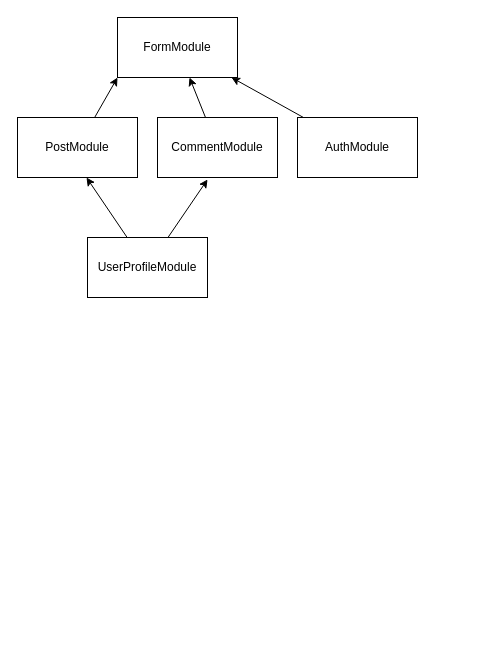
Above: src/docs/README.drawio in mrojasb2000/nestjs-task-management (draw.io), before the change. Source tidied: cells renumbered, new cells numbered last; positions are measured from the earlier drawing's top-left corner, leaving out a move shared by most shapes. Both pictures are drawn from the tidied source at 100%, with x=0, y=0 at pixel (17, 17).
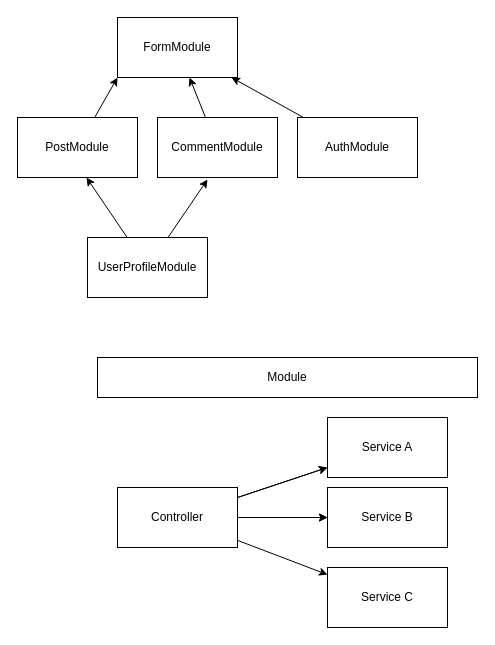
The same page after the edit.

Commit message (it also covers changes not shown here):
Added tasks controller and service

Diff of the diagram source:
```diff
@@
+    <mxCell id="12" value="Module" style="whiteSpace=wrap;html=1;" parent="1" vertex="1">
+      <mxGeometry x="80" y="340" width="380" height="40" as="geometry" />
+    </mxCell>
+    <mxCell id="13" style="edgeStyle=none;html=1;" parent="1" edge="1" source="18" target="19">
+      <mxGeometry relative="1" as="geometry" />
+    </mxCell>
+    <mxCell id="14" style="edgeStyle=none;html=1;" parent="1" edge="1" source="18" target="19">
+      <mxGeometry relative="1" as="geometry" />
+    </mxCell>
+    <mxCell id="15" style="edgeStyle=none;html=1;" parent="1" edge="1" source="18" target="20">
+      <mxGeometry relative="1" as="geometry" />
+    </mxCell>
+    <mxCell id="16" style="edgeStyle=none;html=1;" parent="1" edge="1" source="18" target="20">
+      <mxGeometry relative="1" as="geometry" />
+    </mxCell>
+    <mxCell id="17" style="edgeStyle=none;html=1;" parent="1" edge="1" source="18" target="21">
+      <mxGeometry relative="1" as="geometry" />
+    </mxCell>
+    <mxCell id="18" value="Controller" style="whiteSpace=wrap;html=1;" parent="1" vertex="1">
+      <mxGeometry x="100" y="470" width="120" height="60" as="geometry" />
+    </mxCell>
+    <mxCell id="19" value="Service A" style="whiteSpace=wrap;html=1;" parent="1" vertex="1">
+      <mxGeometry x="310" y="400" width="120" height="60" as="geometry" />
+    </mxCell>
+    <mxCell id="20" value="Service B" style="whiteSpace=wrap;html=1;" parent="1" vertex="1">
+      <mxGeometry x="310" y="470" width="120" height="60" as="geometry" />
+    </mxCell>
+    <mxCell id="21" value="Service C" style="whiteSpace=wrap;html=1;" parent="1" vertex="1">
+      <mxGeometry x="310" y="550" width="120" height="60" as="geometry" />
+    </mxCell>
```
